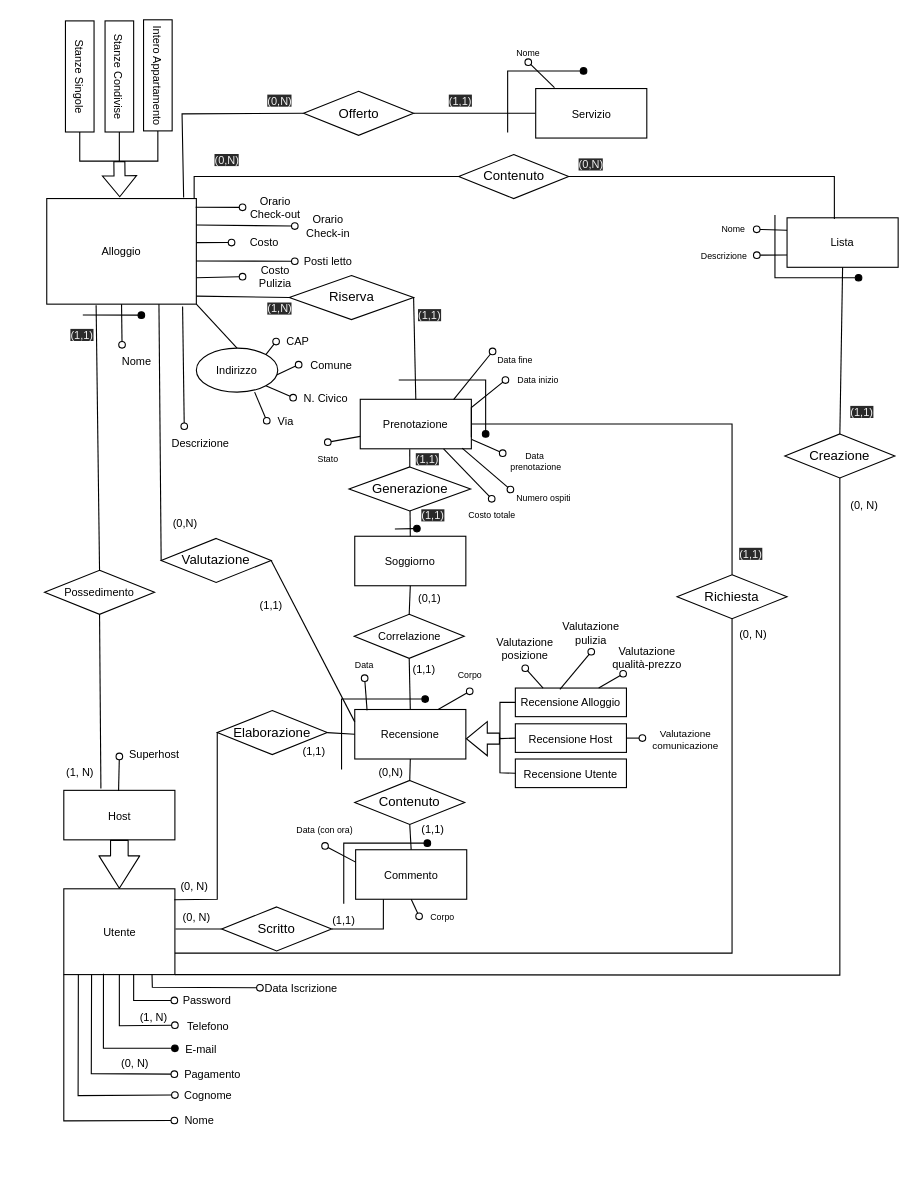
eduardz1/Home-Booking keeps this draw.io diagram as page "Page-3" (1 of 16) of ER.drawio. Above is the earlier version. Source tidied: cells renumbered, new cells numbered last; positions are measured from the earlier drawing's top-left corner, leaving out a move shared by most shapes. Both pictures are drawn from the tidied source at 110%, with x=0, y=0 at pixel (23, 44).
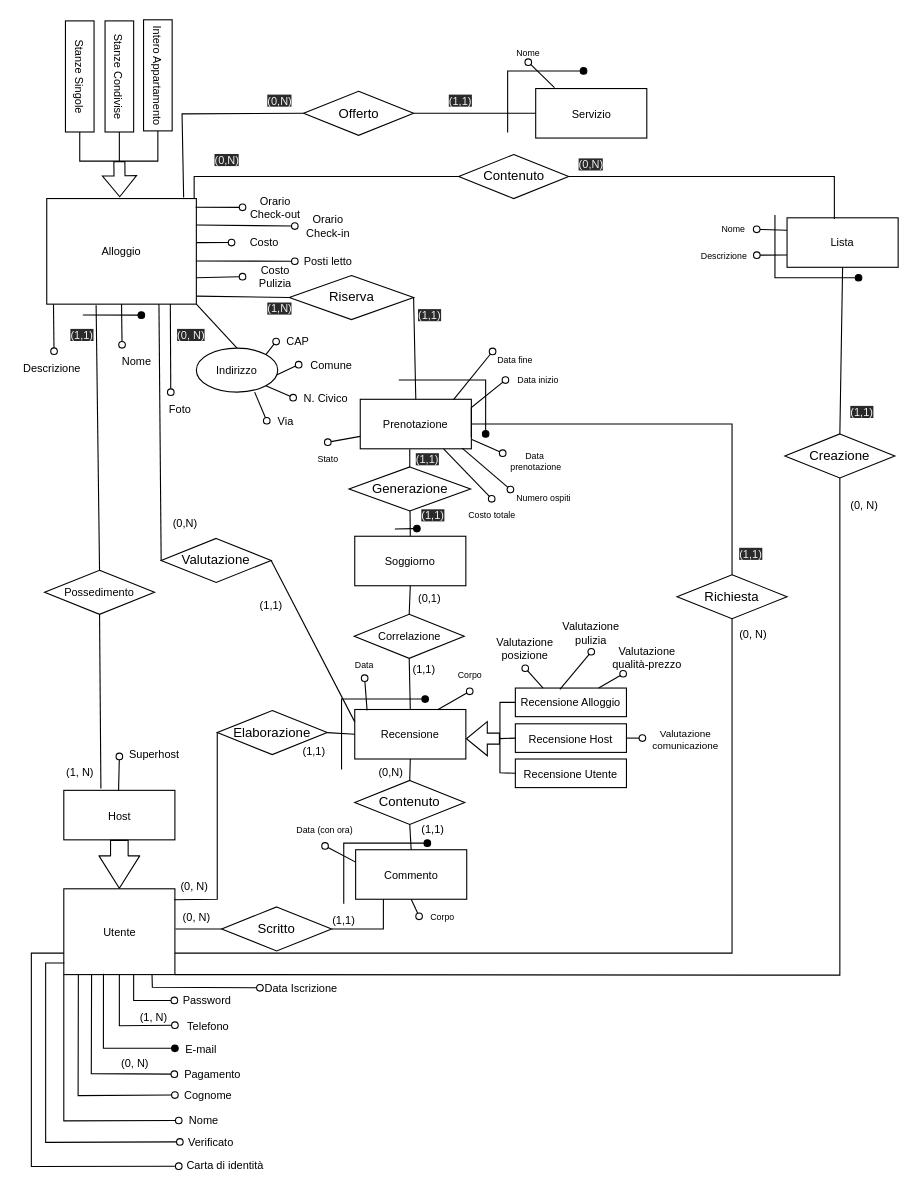
Above is the later version.

Unchanged cells that the change refers to:
```xml
<mxCell id="3" value="&lt;font style=&quot;font-size: 10px;&quot;&gt;Alloggio&lt;/font&gt;" style="rounded=0;whiteSpace=wrap;html=1;fontSize=10;" parent="1" vertex="1">
  <mxGeometry x="21" y="140" width="136" height="96" as="geometry" />
</mxCell>
<mxCell id="34" value="&lt;font style=&quot;font-size: 10px;&quot;&gt;Utente&lt;/font&gt;" style="rounded=0;whiteSpace=wrap;html=1;fontSize=10;" parent="1" vertex="1">
  <mxGeometry x="36.5" y="767.5" width="101" height="78" as="geometry" />
</mxCell>
<mxCell id="174" value="Descrizione" style="text;html=1;strokeColor=none;fillColor=none;align=center;verticalAlign=middle;whiteSpace=wrap;rounded=0;labelBackgroundColor=none;labelBorderColor=none;fontSize=10;" parent="173" vertex="1">
  <mxGeometry width="60" height="30" as="geometry" />
</mxCell>
```

Change to the diagram source:
```diff
@@
     <mxCell id="46" value="Nome" style="text;html=1;strokeColor=none;fillColor=none;align=center;verticalAlign=middle;whiteSpace=wrap;rounded=0;labelBackgroundColor=none;labelBorderColor=none;fontSize=10;" parent="1" vertex="1">
-      <mxGeometry x="137" y="963.5" width="46" height="29.3" as="geometry" />
+      <mxGeometry x="141" y="963.5" width="46" height="29.3" as="geometry" />
     </mxCell>
@@
     <mxCell id="173" style="group;rounded=0;fontSize=10;" parent="1" vertex="1">
-      <mxGeometry x="131" y="347" width="60" height="30" as="geometry" />
+      <mxGeometry x="-4" y="279" width="60" height="30" as="geometry" />
     </mxCell>
@@
-    <mxCell id="175" style="endArrow=none;html=1;rounded=0;align=center;verticalAlign=top;endFill=0;labelBackgroundColor=none;endSize=6;startArrow=oval;startFill=0;fontSize=10;exitX=0.25;exitY=0;exitDx=0;exitDy=0;entryX=0.908;entryY=1.023;entryDx=0;entryDy=0;entryPerimeter=0;" parent="1" edge="1" source="174" target="3">
+    <mxCell id="175" style="endArrow=none;html=1;rounded=0;align=center;verticalAlign=top;endFill=0;labelBackgroundColor=none;endSize=6;startArrow=oval;startFill=0;fontSize=10;exitX=0.527;exitY=-0.008;exitDx=0;exitDy=0;entryX=0.045;entryY=1.003;entryDx=0;entryDy=0;entryPerimeter=0;exitPerimeter=0;" parent="1" edge="1" source="174" target="3">
       <mxGeometry relative="1" as="geometry" />
     </mxCell>
@@
+    <mxCell id="178" value="Verificato" style="text;html=1;strokeColor=none;fillColor=none;align=center;verticalAlign=middle;whiteSpace=wrap;rounded=0;labelBackgroundColor=none;labelBorderColor=none;fontSize=10;" parent="1" vertex="1">
+      <mxGeometry x="143" y="983" width="55" height="29.3" as="geometry" />
+    </mxCell>
+    <mxCell id="179" value="Carta di identità" style="text;html=1;strokeColor=none;fillColor=none;align=center;verticalAlign=middle;whiteSpace=wrap;rounded=0;labelBackgroundColor=none;labelBorderColor=none;fontSize=10;" parent="1" vertex="1">
+      <mxGeometry x="142" y="1004" width="83" height="29.3" as="geometry" />
+    </mxCell>
+    <mxCell id="180" style="endArrow=none;html=1;rounded=0;align=center;verticalAlign=top;endFill=0;labelBackgroundColor=none;endSize=6;startArrow=oval;startFill=0;fontSize=10;exitX=0;exitY=0.5;exitDx=0;exitDy=0;entryX=0.005;entryY=0.865;entryDx=0;entryDy=0;entryPerimeter=0;" parent="1" edge="1" target="34">
+      <mxGeometry relative="1" as="geometry">
+        <mxPoint x="142" y="997.6" as="sourcePoint" />
+        <Array as="points">
+          <mxPoint x="20" y="998" />
+          <mxPoint x="20" y="835" />
+        </Array>
+      </mxGeometry>
+    </mxCell>
+    <mxCell id="181" style="endArrow=none;html=1;rounded=0;align=center;verticalAlign=top;endFill=0;labelBackgroundColor=none;endSize=6;startArrow=oval;startFill=0;fontSize=10;exitX=0;exitY=0.5;exitDx=0;exitDy=0;entryX=0;entryY=0.75;entryDx=0;entryDy=0;" parent="1" edge="1" target="34">
+      <mxGeometry relative="1" as="geometry">
+        <mxPoint x="141" y="1019.7" as="sourcePoint" />
+        <Array as="points">
+          <mxPoint x="7" y="1020" />
+          <mxPoint x="7" y="826" />
+        </Array>
+      </mxGeometry>
+    </mxCell>
+    <mxCell id="182" style="group;rounded=0;fontSize=10;" parent="1" vertex="1">
+      <mxGeometry x="125" y="316" width="64" height="30" as="geometry" />
+    </mxCell>
+    <mxCell id="183" value="Foto" style="text;html=1;strokeColor=none;fillColor=none;align=center;verticalAlign=middle;whiteSpace=wrap;rounded=0;labelBackgroundColor=none;labelBorderColor=none;fontSize=10;" parent="182" vertex="1">
+      <mxGeometry width="35" height="30" as="geometry" />
+    </mxCell>
+    <mxCell id="184" style="endArrow=none;html=1;rounded=0;align=center;verticalAlign=top;endFill=0;labelBackgroundColor=none;endSize=6;startArrow=oval;startFill=0;fontSize=10;exitX=0.25;exitY=0;exitDx=0;exitDy=0;entryX=0.826;entryY=0.999;entryDx=0;entryDy=0;entryPerimeter=0;" parent="1" edge="1" source="183" target="3">
+      <mxGeometry relative="1" as="geometry" />
+    </mxCell>
+    <mxCell id="185" value="&lt;span style=&quot;color: rgb(240 , 240 , 240) ; font-family: &amp;#34;helvetica&amp;#34; ; font-size: 10px ; font-style: normal ; font-weight: 400 ; letter-spacing: normal ; text-align: left ; text-indent: 0px ; text-transform: none ; word-spacing: 0px ; background-color: rgb(42 , 42 , 42) ; display: inline ; float: none&quot;&gt;(0, N)&lt;/span&gt;" style="text;whiteSpace=wrap;html=1;" parent="1" vertex="1">
+      <mxGeometry x="137.5" y="250" width="33" height="20" as="geometry" />
+    </mxCell>
```
